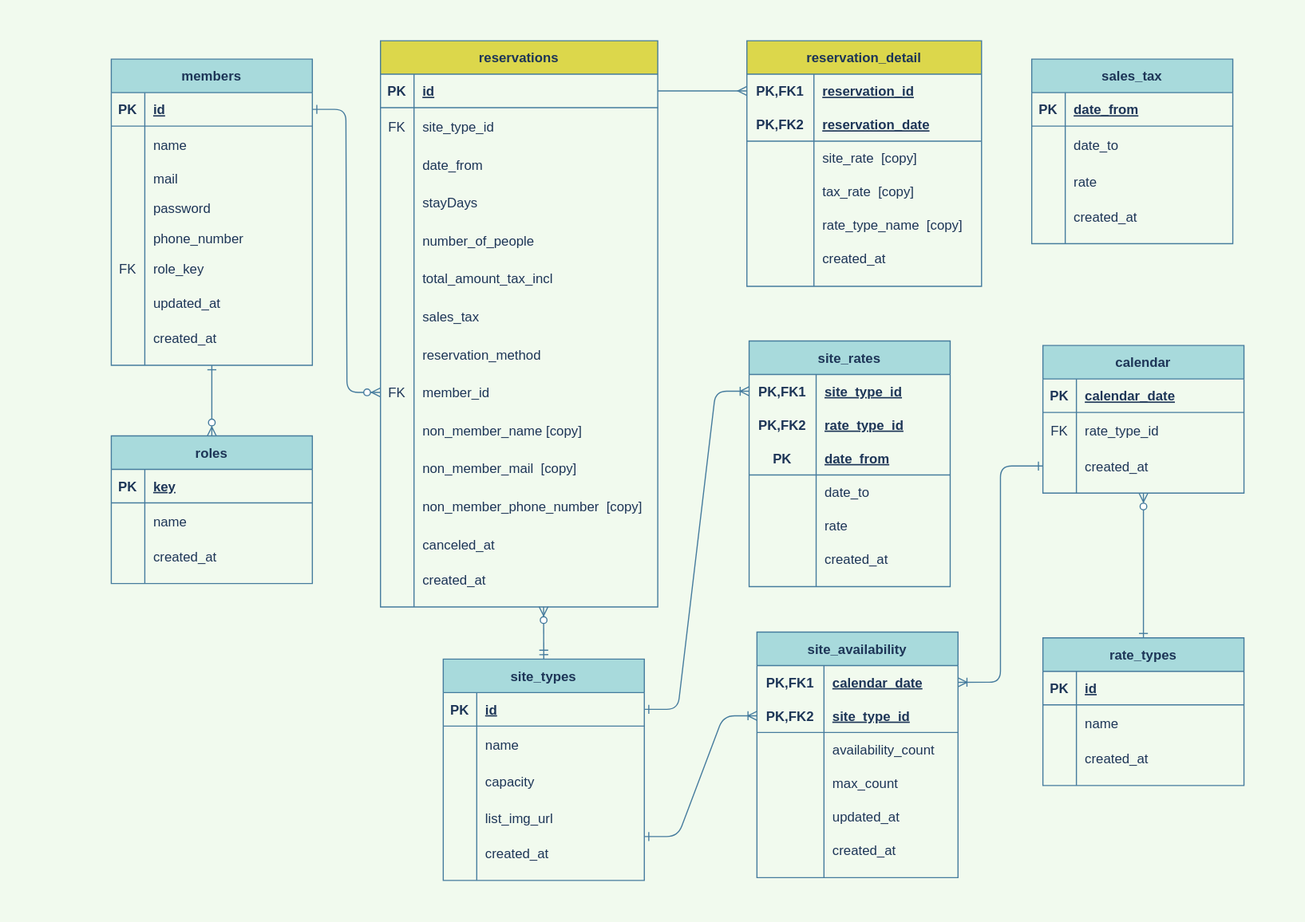
Earlier version of the draw.io export doc/ER図.svg (sgyatto/AozoraCamp-Reservation). Source tidied: cells renumbered, new cells last; positions are measured from the earlier drawing's top-left corner, leaving out a move shared by most shapes.
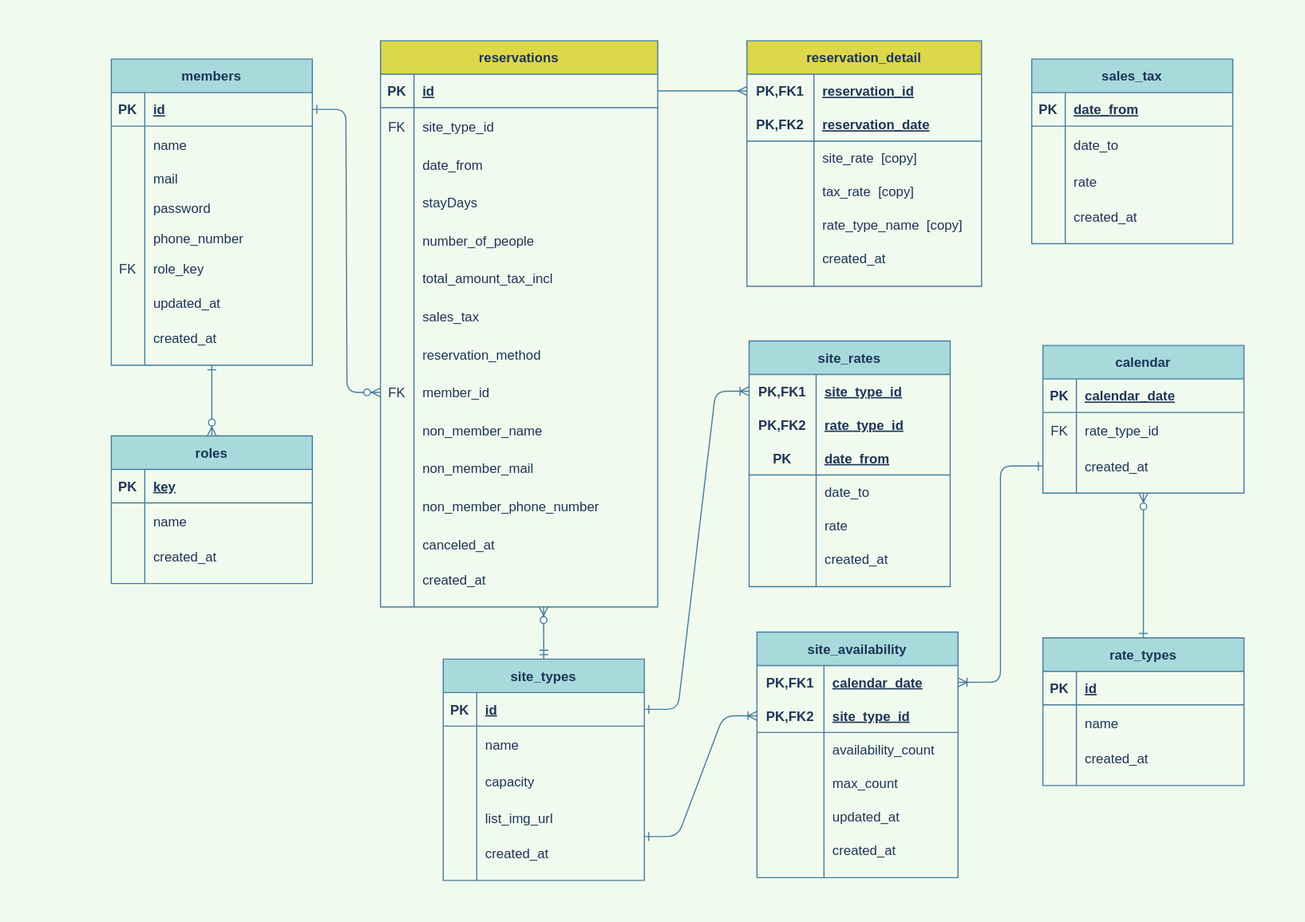
The same file after the commit.

Commit message:
ER図の転記項目を修正

The edit, as a diff of the source:
```diff
@@ -487,7 +487,7 @@
     <mxCell id="162" style="shape=partialRectangle;fillColor=none;top=0;left=0;bottom=0;right=0;overflow=hidden;strokeColor=#457B9D;fontColor=#1D3557;" parent="161" vertex="1">
       <mxGeometry width="30" height="34" as="geometry" />
     </mxCell>
-    <mxCell id="163" value="non_member_name [copy]" style="shape=partialRectangle;fillColor=none;top=0;left=0;bottom=0;right=0;align=left;spacingLeft=6;overflow=hidden;strokeColor=#457B9D;fontColor=#1D3557;" parent="161" vertex="1">
+    <mxCell id="163" value="non_member_name" style="shape=partialRectangle;fillColor=none;top=0;left=0;bottom=0;right=0;align=left;spacingLeft=6;overflow=hidden;strokeColor=#457B9D;fontColor=#1D3557;" parent="161" vertex="1">
       <mxGeometry x="30" width="218.2" height="34" as="geometry" />
     </mxCell>
     <mxCell id="164" style="shape=partialRectangle;fillColor=none;top=0;left=0;bottom=0;right=0;strokeColor=#457B9D;fontColor=#1D3557;" parent="133" vertex="1">
@@ -496,7 +496,7 @@
     <mxCell id="165" style="shape=partialRectangle;fillColor=none;top=0;left=0;bottom=0;right=0;overflow=hidden;strokeColor=#457B9D;fontColor=#1D3557;" parent="164" vertex="1">
       <mxGeometry width="30" height="34" as="geometry" />
     </mxCell>
-    <mxCell id="166" value="non_member_mail  [copy]" style="shape=partialRectangle;fillColor=none;top=0;left=0;bottom=0;right=0;align=left;spacingLeft=6;overflow=hidden;strokeColor=#457B9D;fontColor=#1D3557;" parent="164" vertex="1">
+    <mxCell id="166" value="non_member_mail" style="shape=partialRectangle;fillColor=none;top=0;left=0;bottom=0;right=0;align=left;spacingLeft=6;overflow=hidden;strokeColor=#457B9D;fontColor=#1D3557;" parent="164" vertex="1">
       <mxGeometry x="30" width="218.2" height="34" as="geometry" />
     </mxCell>
     <mxCell id="167" style="shape=partialRectangle;fillColor=none;top=0;left=0;bottom=0;right=0;strokeColor=#457B9D;fontColor=#1D3557;" parent="133" vertex="1">
@@ -505,7 +505,7 @@
     <mxCell id="168" style="shape=partialRectangle;fillColor=none;top=0;left=0;bottom=0;right=0;overflow=hidden;strokeColor=#457B9D;fontColor=#1D3557;" parent="167" vertex="1">
       <mxGeometry width="30" height="34" as="geometry" />
     </mxCell>
-    <mxCell id="169" value="non_member_phone_number  [copy]" style="shape=partialRectangle;fillColor=none;top=0;left=0;bottom=0;right=0;align=left;spacingLeft=6;overflow=hidden;strokeColor=#457B9D;fontColor=#1D3557;" parent="167" vertex="1">
+    <mxCell id="169" value="non_member_phone_number" style="shape=partialRectangle;fillColor=none;top=0;left=0;bottom=0;right=0;align=left;spacingLeft=6;overflow=hidden;strokeColor=#457B9D;fontColor=#1D3557;" parent="167" vertex="1">
       <mxGeometry x="30" width="218.2" height="34" as="geometry" />
     </mxCell>
     <mxCell id="170" style="shape=partialRectangle;fillColor=none;top=0;left=0;bottom=0;right=0;strokeColor=#457B9D;fontColor=#1D3557;" parent="133" vertex="1">
```
